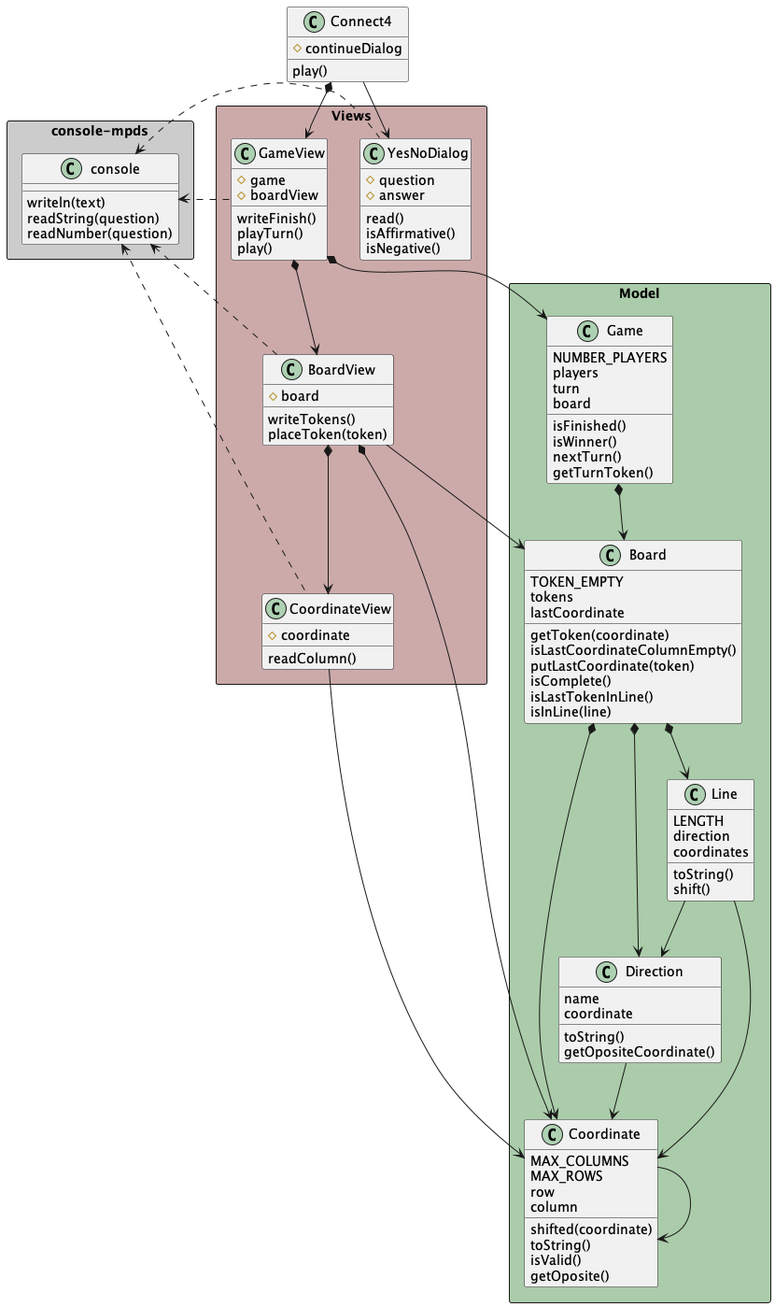
mpaulaherrero/escuelaIT keeps this PlantUML diagram as game-connect4/docs/diagrams/objectOriented/constructorFunction/class diagram/connect4_constructorFunction_classdiagram.png. Above is the earlier version.
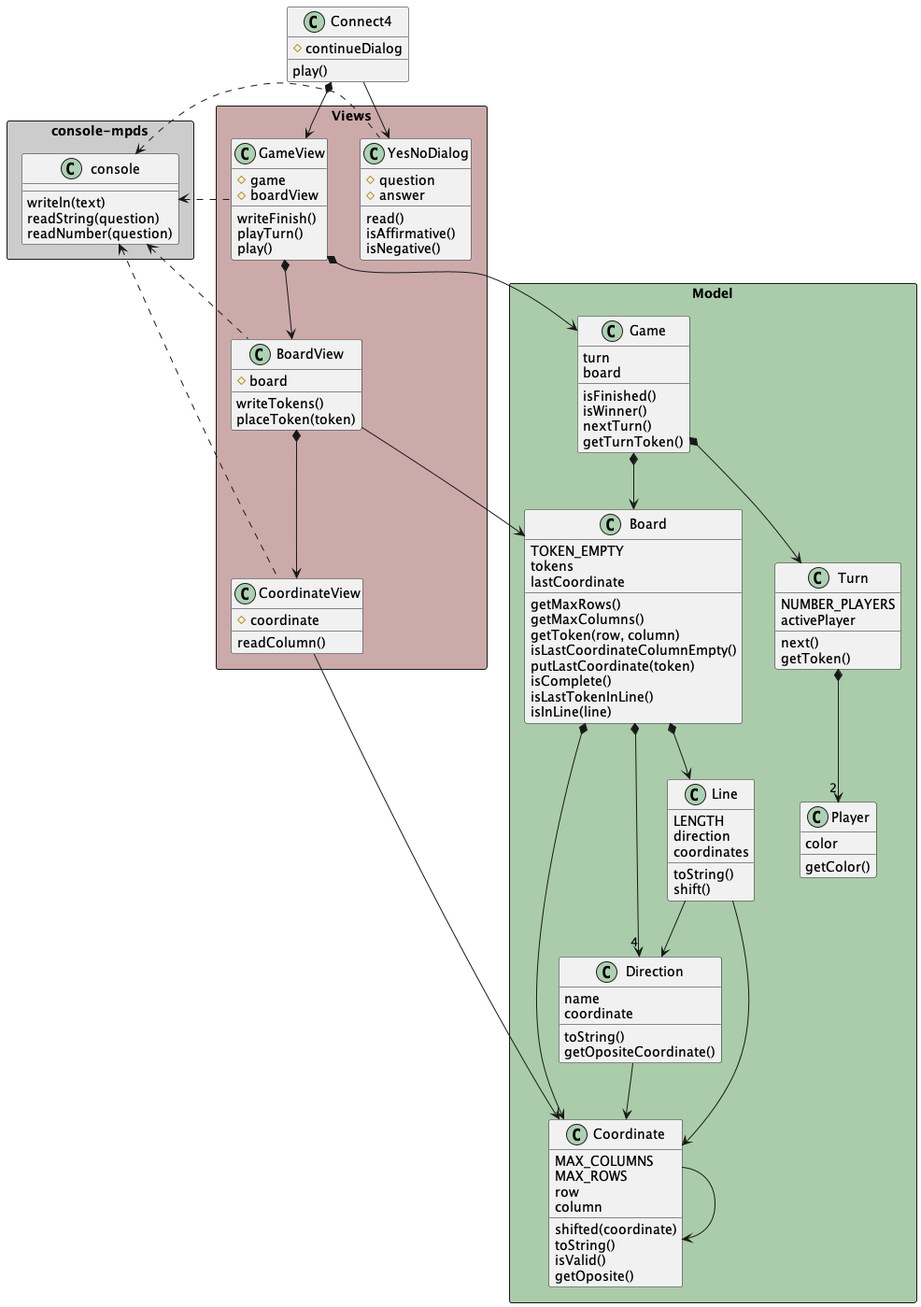
The same diagram one commit later.

Commit message:
getMaxColumns, Turn, Player, BoarView sin Coordi

What changed in the source:
```diff
@@ -39,7 +39,9 @@
         TOKEN_EMPTY
         tokens
         lastCoordinate
-        getToken(coordinate)
+        getMaxRows()
+        getMaxColumns()
+        getToken(row, column)
         isLastCoordinateColumnEmpty()
         putLastCoordinate(token)
         isComplete()
@@ -47,9 +49,19 @@
         isInLine(line)
     }
 
+    class Player{
+        color
+        getColor()
+    }
+
+    class Turn{
+        NUMBER_PLAYERS
+        activePlayer
+        next()
+        getToken()
+    }
+
     class Game {
-        NUMBER_PLAYERS
-        players
         turn
         board
         isFinished()
@@ -103,14 +115,16 @@
 Line -down-> Direction
 
 Board *-down-> Coordinate
-Board *-down-> Direction
+Board *-down-> "4" Direction
 Board *-down-> Line
 
 BoardView *-down-> CoordinateView
 BoardView -down-> Board
-BoardView *-down-> Coordinate
+
+Turn *-down-> "2" Player
 
 Game *-down-> Board
+Game *-down-> Turn
 
 GameView *-down-> Game
 GameView *-down-> BoardView
```
